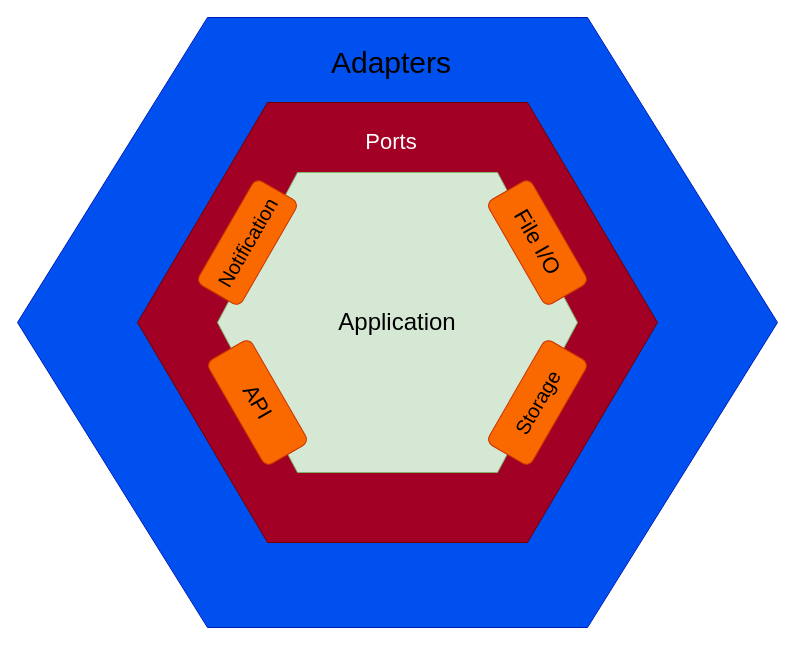
The draw.io diagram hexagonal_architecture.drawio in gr3gdev/blog, before the edit. Source tidied: cells renumbered, new cells numbered last; positions are measured from the earlier drawing's top-left corner, leaving out a move shared by most shapes. Both pictures are drawn from the tidied source at 100%, with x=0, y=0 at pixel (17, 17).
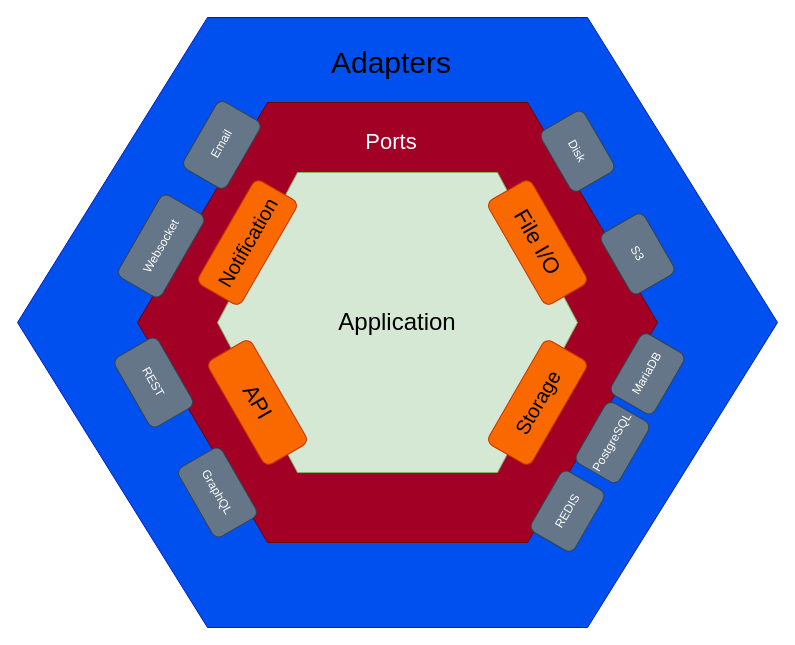
After the change.

Commit message (it also covers changes not shown here):
Mettre à jour hexagonal_architecture.drawio

Change to the diagram source:
```diff
@@
 <mxGraphModel>
   <root>
     <mxCell id="0" />
     <mxCell id="1" parent="0" />
     <mxCell id="2" style="shape=hexagon;perimeter=hexagonPerimeter2;whiteSpace=wrap;html=1;fixedSize=1;size=190;fillColor=#0050ef;strokeColor=#001DBC;fontColor=#ffffff;" parent="1" vertex="1">
       <mxGeometry width="760" height="610" as="geometry" />
     </mxCell>
     <mxCell id="3" style="shape=hexagon;perimeter=hexagonPerimeter2;whiteSpace=wrap;html=1;fixedSize=1;size=130;fillColor=#a20025;strokeColor=#6F0000;fontColor=#ffffff;" parent="1" vertex="1">
       <mxGeometry x="120" y="85" width="520" height="440" as="geometry" />
     </mxCell>
     <mxCell id="4" value="&lt;div align=&quot;center&quot;&gt;&lt;font style=&quot;font-size: 30px;&quot;&gt;Adapters&lt;/font&gt;&lt;/div&gt;" style="text;html=1;align=center;verticalAlign=middle;whiteSpace=wrap;rounded=0;" parent="1" vertex="1">
       <mxGeometry x="344" y="30" width="60" height="30" as="geometry" />
     </mxCell>
     <mxCell id="5" value="&lt;font color=&quot;#ffffff&quot; style=&quot;font-size: 22px;&quot;&gt;Ports&lt;/font&gt;" style="text;html=1;align=center;verticalAlign=middle;whiteSpace=wrap;rounded=0;" parent="1" vertex="1">
       <mxGeometry x="344" y="110" width="60" height="30" as="geometry" />
     </mxCell>
     <mxCell id="6" value="&lt;font style=&quot;font-size: 24px;&quot;&gt;Application&lt;/font&gt;" style="shape=hexagon;perimeter=hexagonPerimeter2;whiteSpace=wrap;html=1;fixedSize=1;size=80;fillColor=#d5e8d4;strokeColor=#82b366;" parent="1" vertex="1">
       <mxGeometry x="200" y="155" width="360" height="300" as="geometry" />
     </mxCell>
     <mxCell id="7" value="&lt;font style=&quot;font-size: 20px;&quot;&gt;Notification&lt;/font&gt;" style="rounded=1;whiteSpace=wrap;html=1;rotation=-60;fillColor=#fa6800;fontColor=#000000;strokeColor=#C73500;" parent="1" vertex="1">
       <mxGeometry x="170" y="200" width="120" height="50" as="geometry" />
     </mxCell>
     <mxCell id="8" value="&lt;font style=&quot;font-size: 22px;&quot;&gt;API&lt;/font&gt;" style="rounded=1;whiteSpace=wrap;html=1;rotation=60;fillColor=#fa6800;fontColor=#000000;strokeColor=#C73500;" parent="1" vertex="1">
       <mxGeometry x="180" y="360" width="120" height="50" as="geometry" />
     </mxCell>
     <mxCell id="9" value="&lt;font style=&quot;font-size: 22px;&quot;&gt;File I/O&lt;/font&gt;" style="rounded=1;whiteSpace=wrap;html=1;rotation=60;fillColor=#fa6800;fontColor=#000000;strokeColor=#C73500;" parent="1" vertex="1">
       <mxGeometry x="460" y="200" width="120" height="50" as="geometry" />
     </mxCell>
     <mxCell id="10" value="&lt;font style=&quot;font-size: 20px;&quot;&gt;Storage&lt;/font&gt;" style="rounded=1;whiteSpace=wrap;html=1;rotation=-60;fillColor=#fa6800;fontColor=#000000;strokeColor=#C73500;" parent="1" vertex="1">
       <mxGeometry x="460" y="360" width="120" height="50" as="geometry" />
     </mxCell>
+    <mxCell id="11" value="&lt;font style=&quot;font-size: 12px;&quot;&gt;Email&lt;/font&gt;" style="rounded=1;whiteSpace=wrap;html=1;rotation=-60;fillColor=#647687;fontColor=#ffffff;strokeColor=#314354;" parent="1" vertex="1">
+      <mxGeometry x="165.6" y="102.4" width="77.5" height="50" as="geometry" />
+    </mxCell>
+    <mxCell id="12" value="&lt;font style=&quot;font-size: 12px;&quot;&gt;Websocket&lt;/font&gt;" style="rounded=1;whiteSpace=wrap;html=1;rotation=-60;fillColor=#647687;fontColor=#ffffff;strokeColor=#314354;" parent="1" vertex="1">
+      <mxGeometry x="96.2" y="203.5" width="95" height="50" as="geometry" />
+    </mxCell>
+    <mxCell id="13" value="&lt;font style=&quot;font-size: 12px;&quot;&gt;Disk&lt;/font&gt;" style="rounded=1;whiteSpace=wrap;html=1;rotation=60;fillColor=#647687;fontColor=#ffffff;strokeColor=#314354;" parent="1" vertex="1">
+      <mxGeometry x="525" y="108.7" width="70" height="50" as="geometry" />
+    </mxCell>
+    <mxCell id="14" value="&lt;div align=&quot;center&quot;&gt;&lt;font style=&quot;font-size: 12px;&quot;&gt;S3&lt;/font&gt;&lt;/div&gt;" style="rounded=1;whiteSpace=wrap;html=1;rotation=60;fillColor=#647687;fontColor=#ffffff;strokeColor=#314354;align=center;" parent="1" vertex="1">
+      <mxGeometry x="585" y="211.3" width="70" height="50" as="geometry" />
+    </mxCell>
+    <mxCell id="15" value="&lt;font style=&quot;font-size: 12px;&quot;&gt;MariaDB&lt;/font&gt;" style="rounded=1;whiteSpace=wrap;html=1;rotation=-60;fillColor=#647687;fontColor=#ffffff;strokeColor=#314354;align=center;" parent="1" vertex="1">
+      <mxGeometry x="595" y="331.3" width="70" height="50" as="geometry" />
+    </mxCell>
+    <mxCell id="16" value="REDIS" style="rounded=1;whiteSpace=wrap;html=1;rotation=-60;fillColor=#647687;fontColor=#ffffff;strokeColor=#314354;align=center;" parent="1" vertex="1">
+      <mxGeometry x="515" y="468.7" width="70" height="50" as="geometry" />
+    </mxCell>
+    <mxCell id="17" value="PostgreSQL" style="rounded=1;whiteSpace=wrap;html=1;rotation=-60;fillColor=#647687;fontColor=#ffffff;strokeColor=#314354;align=center;" parent="1" vertex="1">
+      <mxGeometry x="560" y="400" width="70" height="50" as="geometry" />
+    </mxCell>
+    <mxCell id="18" value="REST" style="rounded=1;whiteSpace=wrap;html=1;rotation=60;fillColor=#647687;fontColor=#ffffff;strokeColor=#314354;" parent="1" vertex="1">
+      <mxGeometry x="96.2" y="340" width="80" height="50" as="geometry" />
+    </mxCell>
+    <mxCell id="19" value="GraphQL" style="rounded=1;whiteSpace=wrap;html=1;rotation=60;fillColor=#647687;fontColor=#ffffff;strokeColor=#314354;" parent="1" vertex="1">
+      <mxGeometry x="160" y="450" width="80" height="50" as="geometry" />
+    </mxCell>
   </root>
 </mxGraphModel>
```
